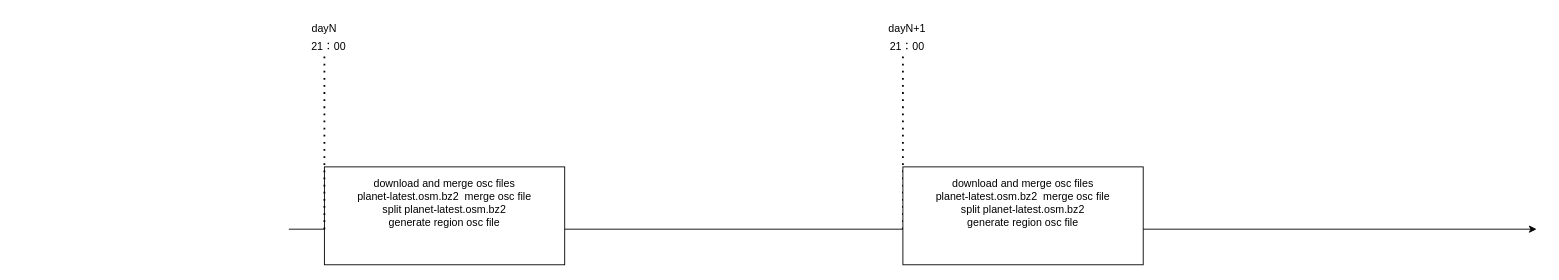
Earlier version of the draw.io diagram osm增量流程时间线.drawio (472542625/drawio). Source tidied: cells renumbered, new cells numbered last; positions are measured from the earlier drawing's top-left corner, leaving out a move shared by most shapes. Both pictures are drawn from the tidied source at 89%, with x=0, y=0 at pixel (288, 15).
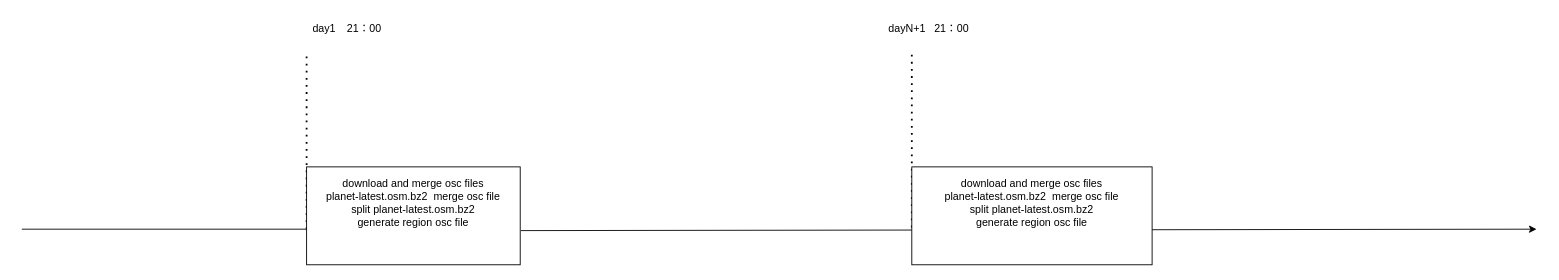
The same page after the edit.

Commit message (it also covers changes not shown here):
更新osm增量流程时间线.drawio

The edit, as a diff of the source:
```diff
@@
 <mxGraphModel>
   <root>
     <mxCell id="0" />
     <mxCell id="1" parent="0" />
-    <mxCell id="2" style="endArrow=classic;html=1;rounded=0;" parent="1" edge="1">
+    <mxCell id="2" style="endArrow=classic;html=1;rounded=0;exitX=1.003;exitY=0.651;exitDx=0;exitDy=0;exitPerimeter=0;" parent="1" edge="1" source="3">
       <mxGeometry relative="1" as="geometry">
-        <mxPoint y="240" as="sourcePoint" />
         <mxPoint x="1402" y="240" as="targetPoint" />
       </mxGeometry>
     </mxCell>
-    <mxCell id="3" value="download and merge osc files&lt;div&gt;planet-latest.osm.bz2&amp;nbsp; merge osc file&lt;/div&gt;&lt;div&gt;split&amp;nbsp;&lt;span style=&quot;background-color: initial;&quot;&gt;planet-latest.osm.bz2&lt;/span&gt;&lt;/div&gt;&lt;div&gt;generate region osc file&lt;/div&gt;&lt;div&gt;&lt;span style=&quot;background-color: initial;&quot;&gt;&lt;br&gt;&lt;/span&gt;&lt;/div&gt;&lt;div&gt;&lt;br&gt;&lt;/div&gt;" style="rounded=0;whiteSpace=wrap;html=1;align=center;" parent="1" vertex="1">
-      <mxGeometry x="40" y="170" width="270" height="110" as="geometry" />
-    </mxCell>
     <mxCell id="4" style="endArrow=none;dashed=1;html=1;dashPattern=1 3;strokeWidth=2;rounded=0;" parent="1" edge="1">
       <mxGeometry relative="1" as="geometry">
-        <mxPoint x="40" y="240" as="sourcePoint" />
-        <mxPoint x="40" y="40" as="targetPoint" />
+        <mxPoint x="20" y="240" as="sourcePoint" />
+        <mxPoint x="20" y="40" as="targetPoint" />
+        <Array as="points">
+          <mxPoint x="20" y="140" />
+        </Array>
       </mxGeometry>
     </mxCell>
     <mxCell id="5" value="21：00" style="text;html=1;align=center;verticalAlign=middle;whiteSpace=wrap;rounded=0;" parent="1" vertex="1">
-      <mxGeometry y="20" width="90" height="30" as="geometry" />
+      <mxGeometry x="40" width="90" height="30" as="geometry" />
     </mxCell>
     <mxCell id="6" style="endArrow=none;dashed=1;html=1;dashPattern=1 3;strokeWidth=2;rounded=0;" parent="1" edge="1">
       <mxGeometry relative="1" as="geometry">
-        <mxPoint x="690" y="240" as="sourcePoint" />
-        <mxPoint x="690" y="40" as="targetPoint" />
+        <mxPoint x="700" y="238" as="sourcePoint" />
+        <mxPoint x="700" y="40" as="targetPoint" />
+        <Array as="points">
+          <mxPoint x="700" y="140" />
+        </Array>
       </mxGeometry>
     </mxCell>
     <mxCell id="7" value="21：00" style="text;html=1;align=center;verticalAlign=middle;whiteSpace=wrap;rounded=0;" parent="1" vertex="1">
-      <mxGeometry x="650" y="20" width="90" height="30" as="geometry" />
+      <mxGeometry x="700" width="90" height="30" as="geometry" />
     </mxCell>
-    <mxCell id="8" value="dayN" style="text;html=1;align=center;verticalAlign=middle;whiteSpace=wrap;rounded=0;" parent="1" vertex="1">
+    <mxCell id="8" value="day1" style="text;html=1;align=center;verticalAlign=middle;whiteSpace=wrap;rounded=0;" parent="1" vertex="1">
       <mxGeometry x="10" width="60" height="30" as="geometry" />
     </mxCell>
     <mxCell id="9" value="download and merge osc files&lt;div&gt;planet-latest.osm.bz2&amp;nbsp; merge osc file&lt;/div&gt;&lt;div&gt;split&amp;nbsp;&lt;span style=&quot;background-color: initial;&quot;&gt;planet-latest.osm.bz2&lt;/span&gt;&lt;/div&gt;&lt;div&gt;generate region osc file&lt;/div&gt;&lt;div&gt;&lt;span style=&quot;background-color: initial;&quot;&gt;&lt;br&gt;&lt;/span&gt;&lt;/div&gt;&lt;div&gt;&lt;br&gt;&lt;/div&gt;" style="rounded=0;whiteSpace=wrap;html=1;align=center;" parent="1" vertex="1">
-      <mxGeometry x="690" y="170" width="270" height="110" as="geometry" />
+      <mxGeometry x="700" y="170" width="270" height="110" as="geometry" />
     </mxCell>
     <mxCell id="10" value="dayN+1" style="text;html=1;align=center;verticalAlign=middle;whiteSpace=wrap;rounded=0;" parent="1" vertex="1">
       <mxGeometry x="665" width="60" height="30" as="geometry" />
     </mxCell>
+    <mxCell id="11" style="endArrow=classic;html=1;rounded=0;" parent="1" edge="1">
+      <mxGeometry relative="1" as="geometry">
+        <mxPoint x="-300" y="240" as="sourcePoint" />
+        <mxPoint x="30" y="240" as="targetPoint" />
+      </mxGeometry>
+    </mxCell>
+    <mxCell id="3" value="download and merge osc files&lt;div&gt;planet-latest.osm.bz2&amp;nbsp; merge osc file&lt;/div&gt;&lt;div&gt;split&amp;nbsp;&lt;span style=&quot;background-color: initial;&quot;&gt;planet-latest.osm.bz2&lt;/span&gt;&lt;/div&gt;&lt;div&gt;generate region osc file&lt;/div&gt;&lt;div&gt;&lt;span style=&quot;background-color: initial;&quot;&gt;&lt;br&gt;&lt;/span&gt;&lt;/div&gt;&lt;div&gt;&lt;br&gt;&lt;/div&gt;" style="rounded=0;whiteSpace=wrap;html=1;align=center;" parent="1" vertex="1">
+      <mxGeometry x="20" y="170" width="240" height="110" as="geometry" />
+    </mxCell>
   </root>
 </mxGraphModel>
```
